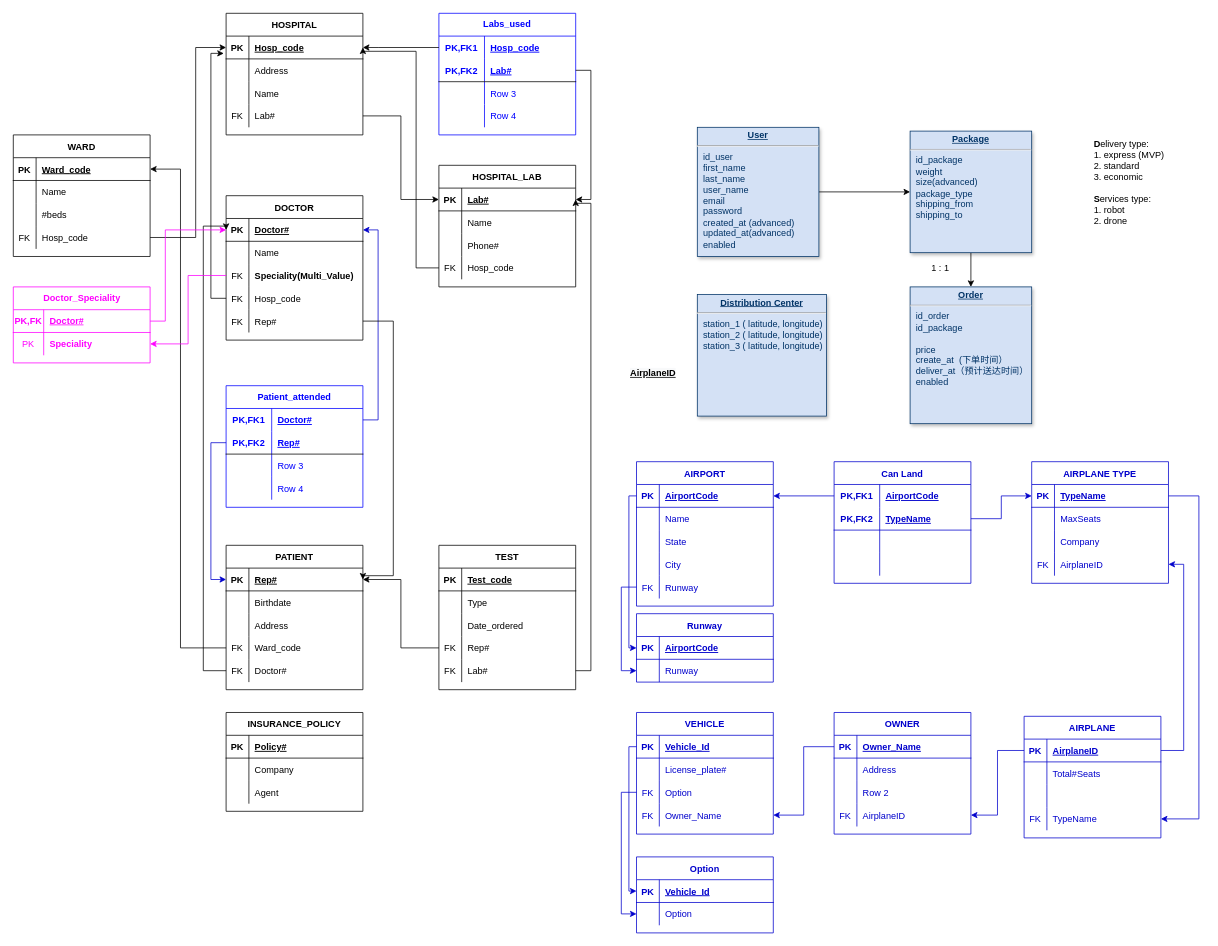
Before: src/Untitled Diagram.drawio in DBZhaoyuner/d3-timer, a draw.io diagram. Source tidied: cells renumbered, new cells numbered last; positions are measured from the earlier drawing's top-left corner, leaving out a move shared by most shapes. Both pictures are drawn from the tidied source at 76%, with x=0, y=0 at pixel (13, 13).
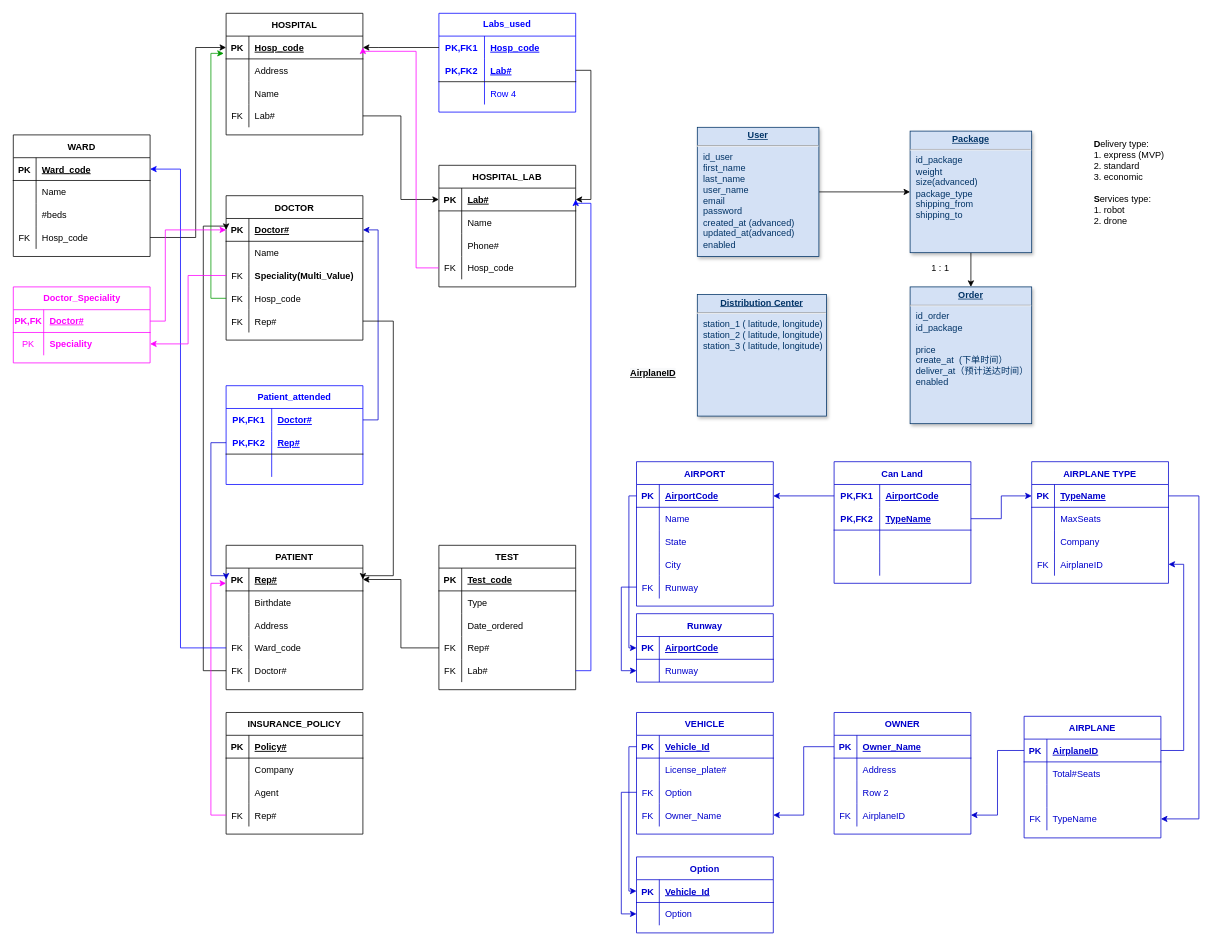
The same page after the edit.

Unchanged cells that the change refers to:
```xml
<mxCell id="126" style="shape=tableRow;horizontal=0;startSize=0;swimlaneHead=0;swimlaneBody=0;fillColor=none;points=[[0,0.5],[1,0.5]];portConstraint=eastwest;top=0;left=0;right=0;bottom=0;" parent="116" vertex="1">
  <mxGeometry y="120" width="180" height="30" as="geometry" />
</mxCell>
<mxCell id="133" style="shape=tableRow;horizontal=0;startSize=0;swimlaneHead=0;swimlaneBody=0;fillColor=none;points=[[0,0.5],[1,0.5]];portConstraint=eastwest;top=0;left=0;right=0;bottom=1;" parent="132" vertex="1">
  <mxGeometry y="30" width="180" height="30" as="geometry" />
</mxCell>
<mxCell id="146" style="shape=tableRow;horizontal=0;startSize=0;swimlaneHead=0;swimlaneBody=0;fillColor=none;points=[[0,0.5],[1,0.5]];portConstraint=eastwest;top=0;left=0;right=0;bottom=1;" parent="145" vertex="1">
  <mxGeometry y="30" width="180" height="30" as="geometry" />
</mxCell>
<mxCell id="159" style="shape=tableRow;horizontal=0;startSize=0;swimlaneHead=0;swimlaneBody=0;fillColor=none;points=[[0,0.5],[1,0.5]];portConstraint=eastwest;top=0;left=0;right=0;bottom=1;" parent="158" vertex="1">
  <mxGeometry y="30" width="180" height="30" as="geometry" />
</mxCell>
<mxCell id="168" style="shape=tableRow;horizontal=0;startSize=0;swimlaneHead=0;swimlaneBody=0;fillColor=none;points=[[0,0.5],[1,0.5]];portConstraint=eastwest;top=0;left=0;right=0;bottom=0;" parent="158" vertex="1">
  <mxGeometry y="120" width="180" height="30" as="geometry" />
</mxCell>
<mxCell id="184" style="shape=tableRow;horizontal=0;startSize=0;swimlaneHead=0;swimlaneBody=0;fillColor=none;points=[[0,0.5],[1,0.5]];portConstraint=eastwest;top=0;left=0;right=0;bottom=0;" parent="171" vertex="1">
  <mxGeometry y="150" width="180" height="30" as="geometry" />
</mxCell>
<mxCell id="188" style="shape=tableRow;horizontal=0;startSize=0;swimlaneHead=0;swimlaneBody=0;fillColor=none;points=[[0,0.5],[1,0.5]];portConstraint=eastwest;top=0;left=0;right=0;bottom=1;" parent="187" vertex="1">
  <mxGeometry y="30" width="180" height="30" as="geometry" />
</mxCell>
<mxCell id="197" style="shape=tableRow;horizontal=0;startSize=0;swimlaneHead=0;swimlaneBody=0;fillColor=none;points=[[0,0.5],[1,0.5]];portConstraint=eastwest;top=0;left=0;right=0;bottom=0;" parent="187" vertex="1">
  <mxGeometry y="120" width="180" height="30" as="geometry" />
</mxCell>
<mxCell id="217" style="shape=tableRow;horizontal=0;startSize=0;swimlaneHead=0;swimlaneBody=0;fillColor=none;points=[[0,0.5],[1,0.5]];portConstraint=eastwest;top=0;left=0;right=0;bottom=1;fontColor=#0000FF;" parent="213" vertex="1">
  <mxGeometry y="60" width="180" height="30" as="geometry" />
</mxCell>
<mxCell id="220" style="shape=tableRow;horizontal=0;startSize=0;swimlaneHead=0;swimlaneBody=0;fillColor=none;top=0;left=0;right=0;bottom=0;fontColor=#0000FF;" parent="213" vertex="1">
  <mxGeometry y="90" width="180" height="30" as="geometry" />
</mxCell>
```

Diff of the diagram source:
```diff
@@
     <mxCell id="203" value="INSURANCE_POLICY" style="shape=table;startSize=30;childLayout=tableLayout;rowLines=0;fontStyle=1;align=center;" parent="1" vertex="1">
-      <mxGeometry x="280" y="920" width="180" height="130" as="geometry" />
+      <mxGeometry x="280" y="920" width="180" height="160" as="geometry" />
     </mxCell>
@@
+    <mxCell id="261" style="shape=tableRow;horizontal=0;startSize=0;swimlaneHead=0;swimlaneBody=0;fillColor=none;points=[[0,0.5],[1,0.5]];portConstraint=eastwest;top=0;left=0;right=0;bottom=0;" parent="203" vertex="1">
+      <mxGeometry y="120" width="180" height="30" as="geometry" />
+    </mxCell>
+    <mxCell id="262" value="FK" style="shape=partialRectangle;fillColor=none;top=0;left=0;bottom=0;right=0;overflow=hidden;" parent="261" vertex="1">
+      <mxGeometry width="30" height="30" as="geometry" />
+    </mxCell>
+    <mxCell id="263" value="Rep#" style="shape=partialRectangle;fillColor=none;top=0;left=0;bottom=0;right=0;align=left;spacingLeft=6;overflow=hidden;" parent="261" vertex="1">
+      <mxGeometry x="30" width="150" height="30" as="geometry" />
+    </mxCell>
     <mxCell id="213" value="Patient_attended" style="shape=table;startSize=30;childLayout=tableLayout;rowLines=0;fontStyle=1;align=center;strokeColor=#0000FF;fontColor=#0000FF;html=1;labelBorderColor=none;whiteSpace=wrap;labelBackgroundColor=none;" parent="1" vertex="1">
-      <mxGeometry x="280" y="490" width="180" height="160" as="geometry" />
+      <mxGeometry x="280" y="490" width="180" height="130" as="geometry" />
     </mxCell>
@@
-    <mxCell id="222" value="Row 3" style="shape=partialRectangle;fillColor=none;top=0;left=0;bottom=0;right=0;align=left;spacingLeft=6;overflow=hidden;fontColor=#0000FF;" parent="220" vertex="1">
+    <mxCell id="222" style="shape=partialRectangle;fillColor=none;top=0;left=0;bottom=0;right=0;align=left;spacingLeft=6;overflow=hidden;fontColor=#0000FF;" parent="220" vertex="1">
       <mxGeometry x="60" width="120" height="30" as="geometry" />
     </mxCell>
-    <mxCell id="223" style="shape=tableRow;horizontal=0;startSize=0;swimlaneHead=0;swimlaneBody=0;fillColor=none;top=0;left=0;right=0;bottom=0;fontColor=#0000FF;" parent="213" vertex="1">
-      <mxGeometry y="120" width="180" height="30" as="geometry" />
-    </mxCell>
-    <mxCell id="224" style="shape=partialRectangle;fillColor=none;top=0;left=0;bottom=0;right=0;overflow=hidden;fontColor=#0000FF;" parent="223" vertex="1">
-      <mxGeometry width="60" height="30" as="geometry" />
-    </mxCell>
-    <mxCell id="225" value="Row 4" style="shape=partialRectangle;fillColor=none;top=0;left=0;bottom=0;right=0;align=left;spacingLeft=6;overflow=hidden;fontColor=#0000FF;" parent="223" vertex="1">
-      <mxGeometry x="60" width="120" height="30" as="geometry" />
-    </mxCell>
     <mxCell id="226" value="Labs_used" style="shape=table;startSize=30;childLayout=tableLayout;rowLines=0;fontStyle=1;align=center;strokeColor=#0000FF;fontColor=#0000FF;html=1;labelBorderColor=none;whiteSpace=wrap;labelBackgroundColor=none;" parent="1" vertex="1">
-      <mxGeometry x="560" width="180" height="160" as="geometry" />
+      <mxGeometry x="560" width="180" height="130" as="geometry" />
     </mxCell>
@@
-    <mxCell id="233" style="shape=tableRow;horizontal=0;startSize=0;swimlaneHead=0;swimlaneBody=0;fillColor=none;top=0;left=0;right=0;bottom=0;fontColor=#0000FF;" parent="226" vertex="1">
-      <mxGeometry y="90" width="180" height="30" as="geometry" />
-    </mxCell>
-    <mxCell id="234" style="shape=partialRectangle;fillColor=none;top=0;left=0;bottom=0;right=0;overflow=hidden;fontColor=#0000FF;" parent="233" vertex="1">
-      <mxGeometry width="60" height="30" as="geometry" />
-    </mxCell>
-    <mxCell id="235" value="Row 3" style="shape=partialRectangle;fillColor=none;top=0;left=0;bottom=0;right=0;align=left;spacingLeft=6;overflow=hidden;fontColor=#0000FF;" parent="233" vertex="1">
-      <mxGeometry x="60" width="120" height="30" as="geometry" />
-    </mxCell>
     <mxCell id="236" style="shape=tableRow;horizontal=0;startSize=0;swimlaneHead=0;swimlaneBody=0;fillColor=none;top=0;left=0;right=0;bottom=0;fontColor=#0000FF;" parent="226" vertex="1">
-      <mxGeometry y="120" width="180" height="30" as="geometry" />
+      <mxGeometry y="90" width="180" height="30" as="geometry" />
     </mxCell>
@@
-    <mxCell id="252" style="edgeStyle=orthogonalEdgeStyle;rounded=0;jettySize=auto;html=1;entryX=1;entryY=0.5;entryDx=0;entryDy=0;fontColor=#0000FF;" parent="1" edge="1" source="197" target="133">
+    <mxCell id="252" style="edgeStyle=orthogonalEdgeStyle;rounded=0;jettySize=auto;html=1;entryX=1;entryY=0.5;entryDx=0;entryDy=0;fontColor=#0000FF;strokeColor=#0000FF;" parent="1" edge="1" source="197" target="133">
       <mxGeometry relative="1" as="geometry">
         <Array as="points">
           <mxPoint x="220" y="835" />
           <mxPoint x="220" y="205" />
         </Array>
       </mxGeometry>
     </mxCell>
-    <mxCell id="253" style="edgeStyle=orthogonalEdgeStyle;rounded=0;jettySize=auto;html=1;entryX=1;entryY=0.5;entryDx=0;entryDy=0;fontColor=#0000FF;" parent="1" edge="1" source="184" target="159">
+    <mxCell id="253" style="edgeStyle=orthogonalEdgeStyle;rounded=0;jettySize=auto;html=1;entryX=1;entryY=0.5;entryDx=0;entryDy=0;fontColor=#0000FF;strokeColor=#0000FF;" parent="1" edge="1" source="184" target="159">
       <mxGeometry relative="1" as="geometry">
         <Array as="points">
           <mxPoint x="760" y="865" />
           <mxPoint x="760" y="250" />
           <mxPoint x="740" y="250" />
         </Array>
       </mxGeometry>
     </mxCell>
@@
     <mxCell id="255" style="edgeStyle=orthogonalEdgeStyle;rounded=0;jettySize=auto;html=1;entryX=0;entryY=0.5;entryDx=0;entryDy=0;fontColor=#0000FF;strokeColor=#0000CC;" parent="1" edge="1" source="217" target="188">
-      <mxGeometry relative="1" as="geometry" />
+      <mxGeometry relative="1" as="geometry">
+        <Array as="points">
+          <mxPoint x="260" y="565" />
+          <mxPoint x="260" y="740" />
+          <mxPoint x="280" y="740" />
+        </Array>
+      </mxGeometry>
     </mxCell>
-    <mxCell id="256" style="edgeStyle=orthogonalEdgeStyle;rounded=0;jettySize=auto;html=1;entryX=1;entryY=0.5;entryDx=0;entryDy=0;fontColor=#0000FF;" parent="1" edge="1" source="168" target="146">
+    <mxCell id="256" style="edgeStyle=orthogonalEdgeStyle;rounded=0;jettySize=auto;html=1;entryX=1;entryY=0.5;entryDx=0;entryDy=0;fontColor=#0000FF;strokeColor=#FF00FF;" parent="1" edge="1" source="168" target="146">
       <mxGeometry relative="1" as="geometry">
         <Array as="points">
           <mxPoint x="530" y="335" />
           <mxPoint x="530" y="50" />
           <mxPoint x="460" y="50" />
         </Array>
       </mxGeometry>
     </mxCell>
@@
-    <mxCell id="258" style="edgeStyle=orthogonalEdgeStyle;rounded=0;jettySize=auto;html=1;fontColor=#0000FF;entryX=-0.017;entryY=0.758;entryDx=0;entryDy=0;entryPerimeter=0;" parent="1" edge="1" source="126" target="146">
+    <mxCell id="258" style="edgeStyle=orthogonalEdgeStyle;rounded=0;jettySize=auto;html=1;fontColor=#0000FF;entryX=-0.017;entryY=0.758;entryDx=0;entryDy=0;entryPerimeter=0;strokeColor=#009900;" parent="1" edge="1" source="126" target="146">
       <mxGeometry relative="1" as="geometry">
         <Array as="points">
           <mxPoint x="260" y="375" />
           <mxPoint x="260" y="53" />
           <mxPoint x="277" y="53" />
         </Array>
       </mxGeometry>
     </mxCell>
@@
+    <mxCell id="264" style="edgeStyle=orthogonalEdgeStyle;rounded=0;jettySize=auto;html=1;entryX=0;entryY=0.667;entryDx=0;entryDy=0;entryPerimeter=0;fontColor=#FF00FF;strokeColor=#FF00FF;" parent="1" edge="1" source="261" target="188">
+      <mxGeometry relative="1" as="geometry" />
+    </mxCell>
```
